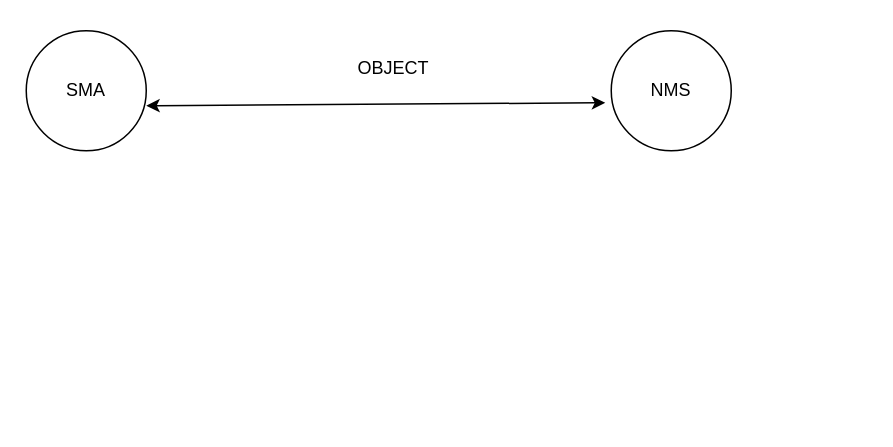
Above: COAP.drawio in anshuldevmehta/RandomDiagrams (draw.io), before the change. Source tidied: cells renumbered, new cells numbered last; positions are measured from the earlier drawing's top-left corner, leaving out a move shared by most shapes. Both pictures are drawn from the tidied source at 150%, with x=0, y=0 at pixel (26, 30).
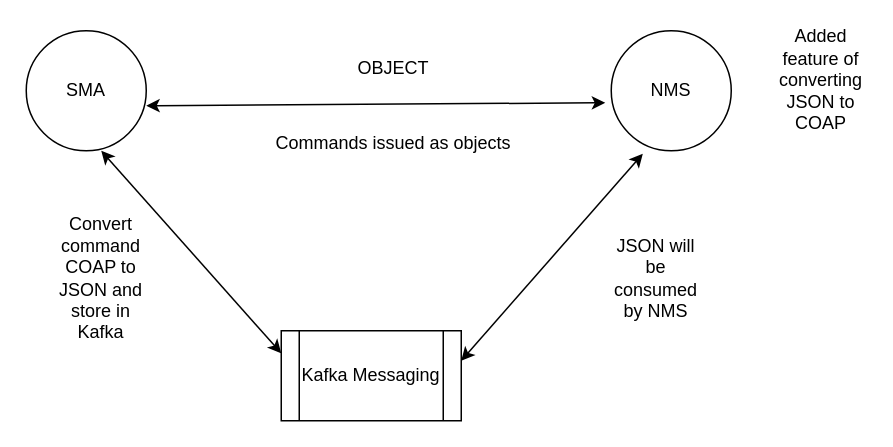
The same page after the edit.

Diff of the diagram source:
```diff
@@
 <mxGraphModel>
   <root>
     <mxCell id="0" />
     <mxCell id="1" parent="0" />
     <mxCell id="2" value="SMA" style="ellipse;whiteSpace=wrap;html=1;" parent="1" vertex="1">
       <mxGeometry width="80" height="80" as="geometry" />
     </mxCell>
     <mxCell id="3" value="NMS" style="ellipse;whiteSpace=wrap;html=1;" parent="1" vertex="1">
       <mxGeometry x="390" width="80" height="80" as="geometry" />
     </mxCell>
     <mxCell id="4" style="endArrow=classic;startArrow=classic;html=1;rounded=0;entryX=-0.05;entryY=0.6;entryDx=0;entryDy=0;entryPerimeter=0;" parent="1" edge="1" target="3">
       <mxGeometry relative="1" as="geometry">
         <mxPoint x="80" y="50" as="sourcePoint" />
       </mxGeometry>
     </mxCell>
     <mxCell id="5" value="OBJECT" style="text;html=1;strokeColor=none;fillColor=none;align=center;verticalAlign=middle;whiteSpace=wrap;rounded=0;" parent="1" vertex="1">
       <mxGeometry x="190" y="10" width="110" height="30" as="geometry" />
     </mxCell>
+    <mxCell id="6" value="Commands issued as objects" style="text;html=1;strokeColor=none;fillColor=none;align=center;verticalAlign=middle;whiteSpace=wrap;rounded=0;" parent="1" vertex="1">
+      <mxGeometry x="140" y="60" width="210" height="30" as="geometry" />
+    </mxCell>
+    <mxCell id="7" value="Kafka Messaging" style="shape=process;whiteSpace=wrap;html=1;backgroundOutline=1;" parent="1" vertex="1">
+      <mxGeometry x="170" y="200" width="120" height="60" as="geometry" />
+    </mxCell>
+    <mxCell id="8" style="endArrow=classic;startArrow=classic;html=1;rounded=0;exitX=0;exitY=0.25;exitDx=0;exitDy=0;" parent="1" edge="1" source="7">
+      <mxGeometry relative="1" as="geometry">
+        <mxPoint x="50" y="80" as="targetPoint" />
+      </mxGeometry>
+    </mxCell>
+    <mxCell id="9" style="endArrow=classic;startArrow=classic;html=1;rounded=0;entryX=0.263;entryY=1.025;entryDx=0;entryDy=0;entryPerimeter=0;" parent="1" edge="1" target="3">
+      <mxGeometry relative="1" as="geometry">
+        <mxPoint x="290" y="220" as="sourcePoint" />
+      </mxGeometry>
+    </mxCell>
+    <mxCell id="10" value="Convert command COAP to JSON and store in Kafka" style="text;html=1;strokeColor=none;fillColor=none;align=center;verticalAlign=middle;whiteSpace=wrap;rounded=0;" parent="1" vertex="1">
+      <mxGeometry x="20" y="150" width="60" height="30" as="geometry" />
+    </mxCell>
+    <mxCell id="11" value="JSON will be consumed by NMS" style="text;html=1;strokeColor=none;fillColor=none;align=center;verticalAlign=middle;whiteSpace=wrap;rounded=0;" parent="1" vertex="1">
+      <mxGeometry x="390" y="150" width="60" height="30" as="geometry" />
+    </mxCell>
+    <mxCell id="12" value="&lt;div&gt;Added feature of converting JSON to COAP&lt;/div&gt;&lt;div&gt;&lt;br&gt;&lt;/div&gt;" style="text;html=1;strokeColor=none;fillColor=none;align=center;verticalAlign=middle;whiteSpace=wrap;rounded=0;" parent="1" vertex="1">
+      <mxGeometry x="500" y="25" width="60" height="30" as="geometry" />
+    </mxCell>
   </root>
 </mxGraphModel>
```
